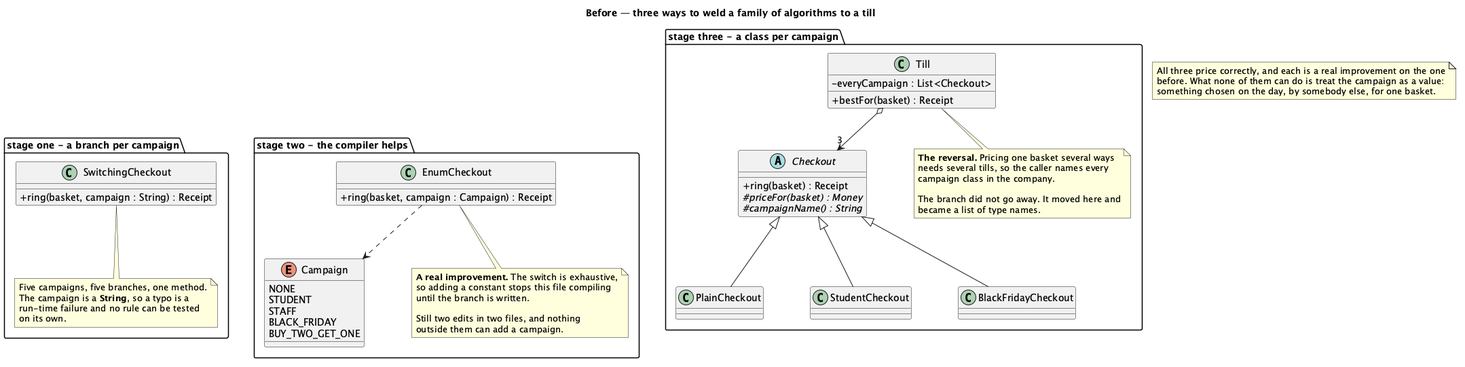
Above: src/main/java/dev/kaldiroglu/dp/behavioral/strategy/pricing/uml/Strategy - Pricing (Problem) - Class Diagram.png in kaldiroglu/DesignPatternsWithJava (PlantUML), before the change.
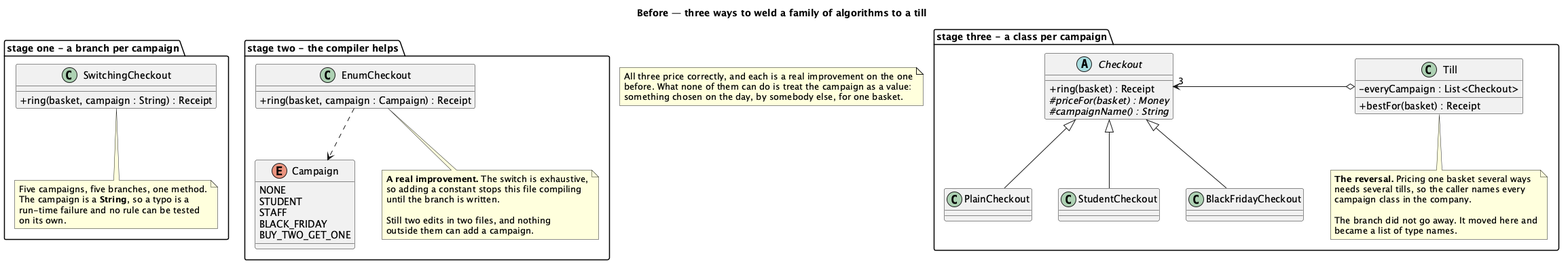
After the change.

What changed in the source:
```diff
@@ -1,6 +1,6 @@
 @startuml
+skinparam nodesep 40
 skinparam linetype polyline
-skinparam nodesep 70
 skinparam class {
   BackgroundColor<<spacer>> transparent
   BorderColor<<spacer>> transparent
@@ -55,8 +55,6 @@
   class BlackFridayCheckout
   Checkout <|-- PlainCheckout
   Checkout <|-- StudentCheckout
-class " " as Spacer1 <<spacer>>
-Checkout -[hidden]- Spacer1
   Checkout <|-- BlackFridayCheckout
 
   class Till {
@@ -73,8 +71,6 @@
   end note
 }
 
-SwitchingCheckout -[hidden]right- EnumCheckout
-EnumCheckout -[hidden]right- Checkout
 
 note as N1
   All three price correctly, and each is a real improvement on the one
@@ -83,5 +79,6 @@
 end note
 
   EnumCheckout ..> Campaign
-  Till o--> "3" Checkout
+  Till o-[norank]-> "3" Checkout
+SwitchingCheckout -[hidden]right- EnumCheckout
 @enduml
```
